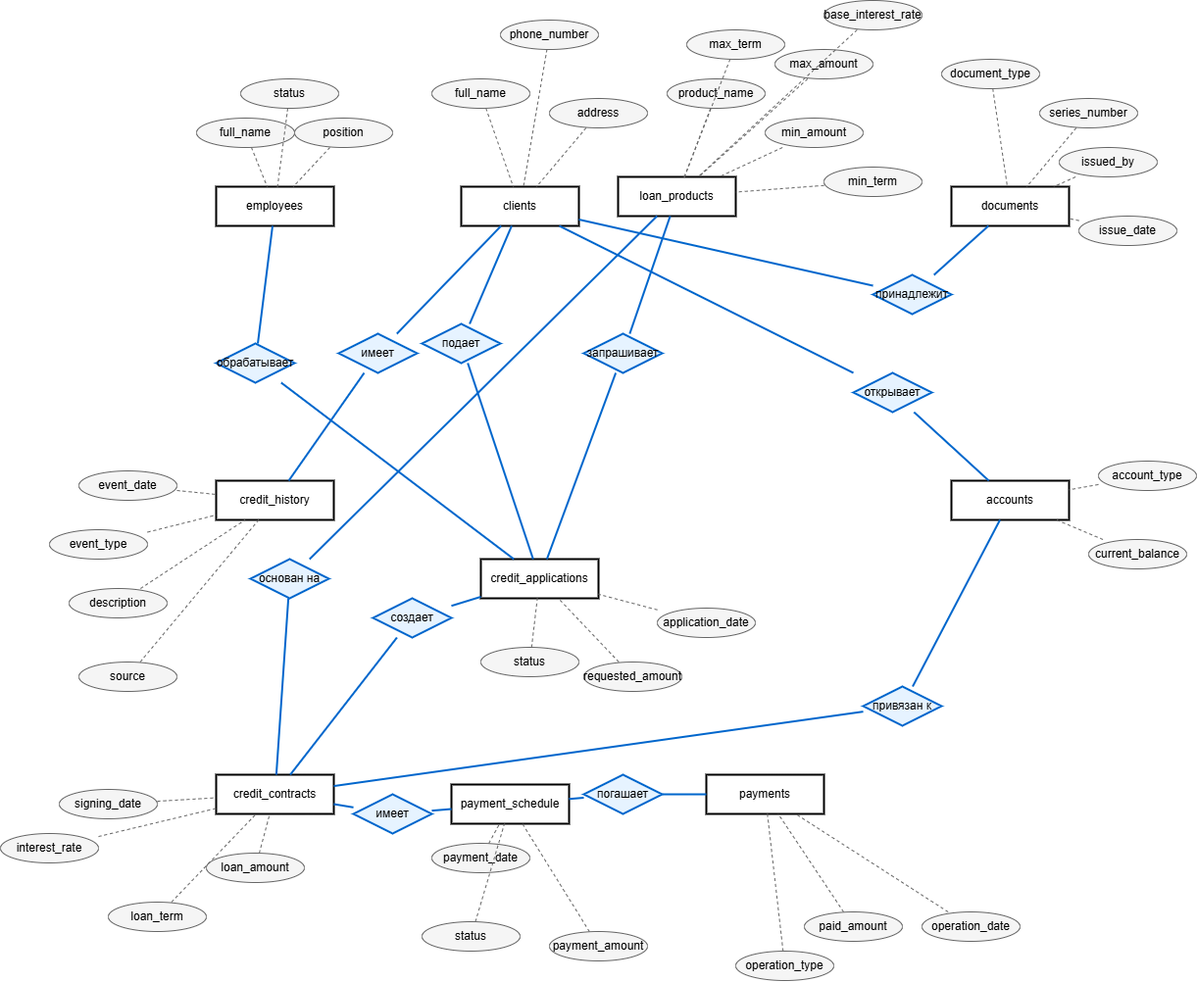
Before: conceptual_model.png, a diagram exported from draw.io (lazYaaaa/Modeling-migrations-of-loan-system-prototype-DB). Source tidied: cells renumbered, new cells last; positions are measured from the earlier drawing's top-left corner, leaving out a move shared by most shapes.
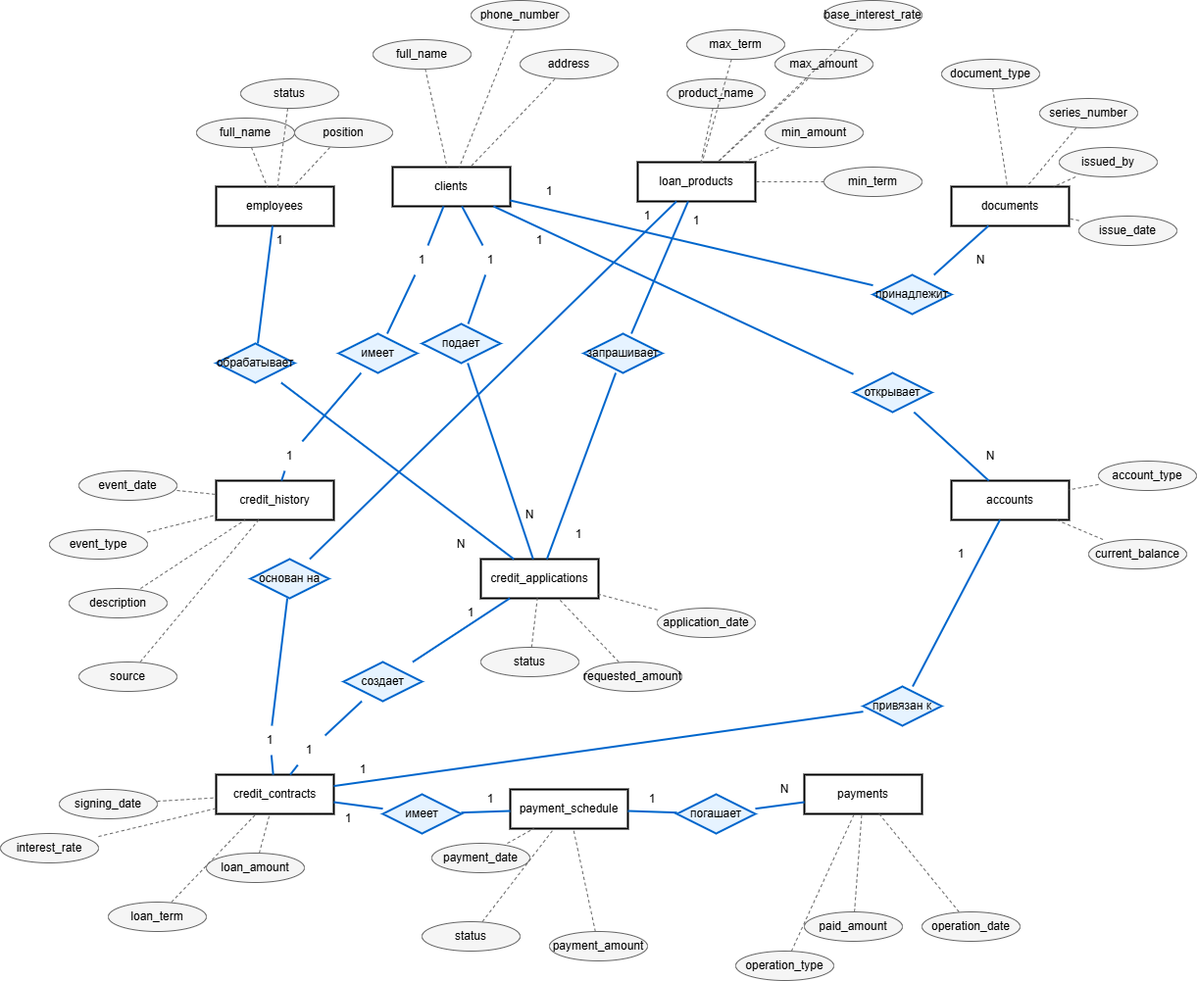
After the commit.

Commit message:
extend via resolution paper and fix conceptual diagram

Diff of the diagram source:
```diff
@@ -24,28 +24,28 @@
       <mxGeometry relative="1" as="geometry" />
     </mxCell>
     <mxCell id="9" value="clients" style="shape=rectangle;whiteSpace=wrap;html=1;rounded=0;fillColor=#ffffff;strokeColor=#000000;strokeWidth=2;" parent="1" vertex="1">
-      <mxGeometry x="470" y="190" width="120" height="40" as="geometry" />
+      <mxGeometry x="400" y="170" width="120" height="40" as="geometry" />
     </mxCell>
     <mxCell id="10" value="full_name" style="shape=ellipse;whiteSpace=wrap;html=1;fillColor=#f5f5f5;strokeColor=#666666;" parent="1" vertex="1">
-      <mxGeometry x="440" y="80" width="100" height="30" as="geometry" />
+      <mxGeometry x="380" y="40" width="100" height="30" as="geometry" />
     </mxCell>
     <mxCell id="11" style="endArrow=none;html=1;rounded=0;strokeWidth=1;strokeColor=#666666;dashed=1;" parent="1" edge="1" source="10" target="9">
       <mxGeometry relative="1" as="geometry" />
     </mxCell>
     <mxCell id="12" value="phone_number" style="shape=ellipse;whiteSpace=wrap;html=1;fillColor=#f5f5f5;strokeColor=#666666;" parent="1" vertex="1">
-      <mxGeometry x="510" y="20" width="100" height="30" as="geometry" />
+      <mxGeometry x="480" width="100" height="30" as="geometry" />
     </mxCell>
     <mxCell id="13" style="endArrow=none;html=1;rounded=0;strokeWidth=1;strokeColor=#666666;dashed=1;" parent="1" edge="1" source="12" target="9">
       <mxGeometry relative="1" as="geometry" />
     </mxCell>
     <mxCell id="14" value="address" style="shape=ellipse;whiteSpace=wrap;html=1;fillColor=#f5f5f5;strokeColor=#666666;" parent="1" vertex="1">
-      <mxGeometry x="560" y="100" width="100" height="30" as="geometry" />
+      <mxGeometry x="530" y="50" width="100" height="30" as="geometry" />
     </mxCell>
     <mxCell id="15" style="endArrow=none;html=1;rounded=0;strokeWidth=1;strokeColor=#666666;dashed=1;" parent="1" edge="1" source="14" target="9">
       <mxGeometry relative="1" as="geometry" />
     </mxCell>
     <mxCell id="16" value="loan_products" style="shape=rectangle;whiteSpace=wrap;html=1;rounded=0;fillColor=#ffffff;strokeColor=#000000;strokeWidth=2;" parent="1" vertex="1">
-      <mxGeometry x="630" y="180" width="120" height="40" as="geometry" />
+      <mxGeometry x="650" y="165" width="120" height="40" as="geometry" />
     </mxCell>
     <mxCell id="17" value="product_name" style="shape=ellipse;whiteSpace=wrap;html=1;fillColor=#f5f5f5;strokeColor=#666666;" parent="1" vertex="1">
       <mxGeometry x="680" y="80" width="100" height="30" as="geometry" />
@@ -201,7 +201,7 @@
       <mxGeometry relative="1" as="geometry" />
     </mxCell>
     <mxCell id="68" value="payment_schedule" style="shape=rectangle;whiteSpace=wrap;html=1;rounded=0;fillColor=#ffffff;strokeColor=#000000;strokeWidth=2;" parent="1" vertex="1">
-      <mxGeometry x="460" y="800" width="120" height="40" as="geometry" />
+      <mxGeometry x="520" y="805" width="120" height="40" as="geometry" />
     </mxCell>
     <mxCell id="69" value="payment_date" style="shape=ellipse;whiteSpace=wrap;html=1;fillColor=#f5f5f5;strokeColor=#666666;" parent="1" vertex="1">
       <mxGeometry x="440" y="860" width="100" height="30" as="geometry" />
@@ -222,7 +222,7 @@
       <mxGeometry relative="1" as="geometry" />
     </mxCell>
     <mxCell id="75" value="payments" style="shape=rectangle;whiteSpace=wrap;html=1;rounded=0;fillColor=#ffffff;strokeColor=#000000;strokeWidth=2;" parent="1" vertex="1">
-      <mxGeometry x="720" y="790" width="120" height="40" as="geometry" />
+      <mxGeometry x="820" y="790" width="120" height="40" as="geometry" />
     </mxCell>
     <mxCell id="76" value="operation_date" style="shape=ellipse;whiteSpace=wrap;html=1;fillColor=#f5f5f5;strokeColor=#666666;" parent="1" vertex="1">
       <mxGeometry x="940" y="930" width="100" height="30" as="geometry" />
@@ -254,10 +254,10 @@
     <mxCell id="85" value="имеет" style="shape=rhombus;whiteSpace=wrap;html=1;fillColor=#e6f3ff;strokeColor=#0066cc;strokeWidth=2;fontSize=12;" parent="1" vertex="1">
       <mxGeometry x="345" y="340" width="80" height="40" as="geometry" />
     </mxCell>
-    <mxCell id="86" style="endArrow=none;html=1;rounded=0;strokeWidth=2;strokeColor=#0066cc;" parent="1" edge="1" source="38" target="85">
+    <mxCell id="86" style="endArrow=none;html=1;rounded=0;strokeWidth=2;strokeColor=#0066cc;" parent="1" edge="1" source="120" target="85">
       <mxGeometry relative="1" as="geometry" />
     </mxCell>
-    <mxCell id="87" style="endArrow=none;html=1;rounded=0;strokeWidth=2;strokeColor=#0066cc;" parent="1" edge="1" source="85" target="9">
+    <mxCell id="87" style="endArrow=none;html=1;rounded=0;strokeWidth=2;strokeColor=#0066cc;" parent="1" edge="1" source="118" target="9">
       <mxGeometry relative="1" as="geometry" />
     </mxCell>
     <mxCell id="88" value="подает" style="shape=rhombus;whiteSpace=wrap;html=1;fillColor=#e6f3ff;strokeColor=#0066cc;strokeWidth=2;fontSize=12;" parent="1" vertex="1">
@@ -266,7 +266,7 @@
     <mxCell id="89" style="endArrow=none;html=1;rounded=0;strokeWidth=2;strokeColor=#0066cc;" parent="1" edge="1" source="47" target="88">
       <mxGeometry relative="1" as="geometry" />
     </mxCell>
-    <mxCell id="90" style="endArrow=none;html=1;rounded=0;strokeWidth=2;strokeColor=#0066cc;" parent="1" edge="1" source="88" target="9">
+    <mxCell id="90" style="endArrow=none;html=1;rounded=0;strokeWidth=2;strokeColor=#0066cc;" parent="1" edge="1" source="122" target="9">
       <mxGeometry relative="1" as="geometry" />
     </mxCell>
     <mxCell id="91" value="обрабатывает" style="shape=rhombus;whiteSpace=wrap;html=1;fillColor=#e6f3ff;strokeColor=#0066cc;strokeWidth=2;fontSize=12;" parent="1" vertex="1">
@@ -297,9 +297,9 @@
       <mxGeometry relative="1" as="geometry" />
     </mxCell>
     <mxCell id="100" value="создает" style="shape=rhombus;whiteSpace=wrap;html=1;fillColor=#e6f3ff;strokeColor=#0066cc;strokeWidth=2;fontSize=12;" parent="1" vertex="1">
-      <mxGeometry x="380" y="610" width="80" height="40" as="geometry" />
+      <mxGeometry x="350" y="675" width="80" height="40" as="geometry" />
     </mxCell>
-    <mxCell id="101" style="endArrow=none;html=1;rounded=0;strokeWidth=2;strokeColor=#0066cc;" parent="1" edge="1" source="59" target="100">
+    <mxCell id="101" style="endArrow=none;html=1;rounded=0;strokeWidth=2;strokeColor=#0066cc;" parent="1" edge="1" source="131" target="100">
       <mxGeometry relative="1" as="geometry" />
     </mxCell>
     <mxCell id="102" style="endArrow=none;html=1;rounded=0;strokeWidth=2;strokeColor=#0066cc;" parent="1" edge="1" source="100" target="47">
@@ -308,7 +308,7 @@
     <mxCell id="103" value="основан на" style="shape=rhombus;whiteSpace=wrap;html=1;fillColor=#e6f3ff;strokeColor=#0066cc;strokeWidth=2;fontSize=12;" parent="1" vertex="1">
       <mxGeometry x="255" y="570" width="80" height="40" as="geometry" />
     </mxCell>
-    <mxCell id="104" style="endArrow=none;html=1;rounded=0;strokeWidth=2;strokeColor=#0066cc;" parent="1" edge="1" source="59" target="103">
+    <mxCell id="104" style="endArrow=none;html=1;rounded=0;strokeWidth=2;strokeColor=#0066cc;" parent="1" edge="1" source="127" target="103">
       <mxGeometry relative="1" as="geometry" />
     </mxCell>
     <mxCell id="105" style="endArrow=none;html=1;rounded=0;strokeWidth=2;strokeColor=#0066cc;" parent="1" edge="1" source="103" target="16">
@@ -324,7 +324,7 @@
       <mxGeometry relative="1" as="geometry" />
     </mxCell>
     <mxCell id="109" value="имеет" style="shape=rhombus;whiteSpace=wrap;html=1;fillColor=#e6f3ff;strokeColor=#0066cc;strokeWidth=2;fontSize=12;" parent="1" vertex="1">
-      <mxGeometry x="360" y="810" width="80" height="40" as="geometry" />
+      <mxGeometry x="390" y="810" width="80" height="40" as="geometry" />
     </mxCell>
     <mxCell id="110" style="endArrow=none;html=1;rounded=0;strokeWidth=2;strokeColor=#0066cc;" parent="1" edge="1" source="68" target="109">
       <mxGeometry relative="1" as="geometry" />
@@ -333,7 +333,7 @@
       <mxGeometry relative="1" as="geometry" />
     </mxCell>
     <mxCell id="112" value="погашает" style="shape=rhombus;whiteSpace=wrap;html=1;fillColor=#e6f3ff;strokeColor=#0066cc;strokeWidth=2;fontSize=12;" parent="1" vertex="1">
-      <mxGeometry x="595" y="790" width="80" height="40" as="geometry" />
+      <mxGeometry x="690" y="810" width="80" height="40" as="geometry" />
     </mxCell>
     <mxCell id="113" style="endArrow=none;html=1;rounded=0;strokeWidth=2;strokeColor=#0066cc;" parent="1" edge="1" source="75" target="112">
       <mxGeometry relative="1" as="geometry" />
@@ -341,5 +341,86 @@
     <mxCell id="114" style="endArrow=none;html=1;rounded=0;strokeWidth=2;strokeColor=#0066cc;" parent="1" edge="1" source="112" target="68">
       <mxGeometry relative="1" as="geometry" />
     </mxCell>
+    <mxCell id="115" value="1" style="text;strokeColor=none;align=center;fillColor=none;html=1;verticalAlign=middle;whiteSpace=wrap;rounded=0;" parent="1" vertex="1">
+      <mxGeometry x="255" y="230" width="60" height="30" as="geometry" />
+    </mxCell>
+    <mxCell id="116" value="N" style="text;strokeColor=none;align=center;fillColor=none;html=1;verticalAlign=middle;whiteSpace=wrap;rounded=0;" parent="1" vertex="1">
+      <mxGeometry x="440" y="540" width="60" height="30" as="geometry" />
+    </mxCell>
+    <mxCell id="117" style="endArrow=none;html=1;rounded=0;strokeWidth=2;strokeColor=#0066cc;" parent="1" edge="1" source="85" target="118">
+      <mxGeometry relative="1" as="geometry" />
+    </mxCell>
+    <mxCell id="118" value="1" style="text;strokeColor=none;align=center;fillColor=none;html=1;verticalAlign=middle;whiteSpace=wrap;rounded=0;" parent="1" vertex="1">
+      <mxGeometry x="400" y="250" width="60" height="30" as="geometry" />
+    </mxCell>
+    <mxCell id="119" style="endArrow=none;html=1;rounded=0;strokeWidth=2;strokeColor=#0066cc;" parent="1" edge="1" source="38" target="120">
+      <mxGeometry relative="1" as="geometry" />
+    </mxCell>
+    <mxCell id="120" value="1" style="text;strokeColor=none;align=center;fillColor=none;html=1;verticalAlign=middle;whiteSpace=wrap;rounded=0;" parent="1" vertex="1">
+      <mxGeometry x="265" y="450" width="60" height="30" as="geometry" />
+    </mxCell>
+    <mxCell id="121" style="endArrow=none;html=1;rounded=0;strokeWidth=2;strokeColor=#0066cc;" parent="1" edge="1" source="88" target="122">
+      <mxGeometry relative="1" as="geometry" />
+    </mxCell>
+    <mxCell id="122" value="1" style="text;strokeColor=none;align=center;fillColor=none;html=1;verticalAlign=middle;whiteSpace=wrap;rounded=0;" parent="1" vertex="1">
+      <mxGeometry x="470" y="250" width="60" height="30" as="geometry" />
+    </mxCell>
+    <mxCell id="123" value="N" style="text;strokeColor=none;align=center;fillColor=none;html=1;verticalAlign=middle;whiteSpace=wrap;rounded=0;" parent="1" vertex="1">
+      <mxGeometry x="510" y="510" width="60" height="30" as="geometry" />
+    </mxCell>
+    <mxCell id="124" value="1" style="text;strokeColor=none;align=center;fillColor=none;html=1;verticalAlign=middle;whiteSpace=wrap;rounded=0;" parent="1" vertex="1">
+      <mxGeometry x="680" y="210" width="60" height="30" as="geometry" />
+    </mxCell>
+    <mxCell id="125" value="1" style="text;strokeColor=none;align=center;fillColor=none;html=1;verticalAlign=middle;whiteSpace=wrap;rounded=0;" parent="1" vertex="1">
+      <mxGeometry x="560" y="530" width="60" height="30" as="geometry" />
+    </mxCell>
+    <mxCell id="126" style="endArrow=none;html=1;rounded=0;strokeWidth=2;strokeColor=#0066cc;" parent="1" edge="1" source="59" target="127">
+      <mxGeometry relative="1" as="geometry" />
+    </mxCell>
+    <mxCell id="127" value="1" style="text;strokeColor=none;align=center;fillColor=none;html=1;verticalAlign=middle;whiteSpace=wrap;rounded=0;" parent="1" vertex="1">
+      <mxGeometry x="245" y="740" width="60" height="30" as="geometry" />
+    </mxCell>
+    <mxCell id="128" value="1" style="text;strokeColor=none;align=center;fillColor=none;html=1;verticalAlign=middle;whiteSpace=wrap;rounded=0;" parent="1" vertex="1">
+      <mxGeometry x="630" y="205" width="60" height="30" as="geometry" />
+    </mxCell>
+    <mxCell id="129" value="1" style="text;strokeColor=none;align=center;fillColor=none;html=1;verticalAlign=middle;whiteSpace=wrap;rounded=0;" parent="1" vertex="1">
+      <mxGeometry x="450" y="610" width="60" height="30" as="geometry" />
+    </mxCell>
+    <mxCell id="130" style="endArrow=none;html=1;rounded=0;strokeWidth=2;strokeColor=#0066cc;" parent="1" edge="1" source="59" target="131">
+      <mxGeometry relative="1" as="geometry" />
+    </mxCell>
+    <mxCell id="131" value="1" style="text;strokeColor=none;align=center;fillColor=none;html=1;verticalAlign=middle;whiteSpace=wrap;rounded=0;" parent="1" vertex="1">
+      <mxGeometry x="285" y="750" width="60" height="30" as="geometry" />
+    </mxCell>
+    <mxCell id="132" value="1" style="text;strokeColor=none;align=center;fillColor=none;html=1;verticalAlign=middle;whiteSpace=wrap;rounded=0;" parent="1" vertex="1">
+      <mxGeometry x="325" y="820" width="60" height="30" as="geometry" />
+    </mxCell>
+    <mxCell id="133" value="1" style="text;strokeColor=none;align=center;fillColor=none;html=1;verticalAlign=middle;whiteSpace=wrap;rounded=0;" parent="1" vertex="1">
+      <mxGeometry x="470" y="800" width="60" height="30" as="geometry" />
+    </mxCell>
+    <mxCell id="134" value="1" style="text;strokeColor=none;align=center;fillColor=none;html=1;verticalAlign=middle;whiteSpace=wrap;rounded=0;" parent="1" vertex="1">
+      <mxGeometry x="635" y="800" width="60" height="30" as="geometry" />
+    </mxCell>
+    <mxCell id="135" value="N" style="text;strokeColor=none;align=center;fillColor=none;html=1;verticalAlign=middle;whiteSpace=wrap;rounded=0;" parent="1" vertex="1">
+      <mxGeometry x="770" y="790" width="60" height="30" as="geometry" />
+    </mxCell>
+    <mxCell id="136" value="1" style="text;strokeColor=none;align=center;fillColor=none;html=1;verticalAlign=middle;whiteSpace=wrap;rounded=0;" parent="1" vertex="1">
+      <mxGeometry x="520" y="230" width="60" height="30" as="geometry" />
+    </mxCell>
+    <mxCell id="137" value="1" style="text;strokeColor=none;align=center;fillColor=none;html=1;verticalAlign=middle;whiteSpace=wrap;rounded=0;" parent="1" vertex="1">
+      <mxGeometry x="530" y="180" width="60" height="30" as="geometry" />
+    </mxCell>
+    <mxCell id="138" value="N" style="text;strokeColor=none;align=center;fillColor=none;html=1;verticalAlign=middle;whiteSpace=wrap;rounded=0;" parent="1" vertex="1">
+      <mxGeometry x="970" y="250" width="60" height="30" as="geometry" />
+    </mxCell>
+    <mxCell id="139" value="N" style="text;strokeColor=none;align=center;fillColor=none;html=1;verticalAlign=middle;whiteSpace=wrap;rounded=0;" parent="1" vertex="1">
+      <mxGeometry x="980" y="450" width="60" height="30" as="geometry" />
+    </mxCell>
+    <mxCell id="140" value="1" style="text;strokeColor=none;align=center;fillColor=none;html=1;verticalAlign=middle;whiteSpace=wrap;rounded=0;" parent="1" vertex="1">
+      <mxGeometry x="340" y="770" width="60" height="30" as="geometry" />
+    </mxCell>
+    <mxCell id="141" value="1" style="text;strokeColor=none;align=center;fillColor=none;html=1;verticalAlign=middle;whiteSpace=wrap;rounded=0;" parent="1" vertex="1">
+      <mxGeometry x="950" y="550" width="60" height="30" as="geometry" />
+    </mxCell>
   </root>
 </mxGraphModel>
```
